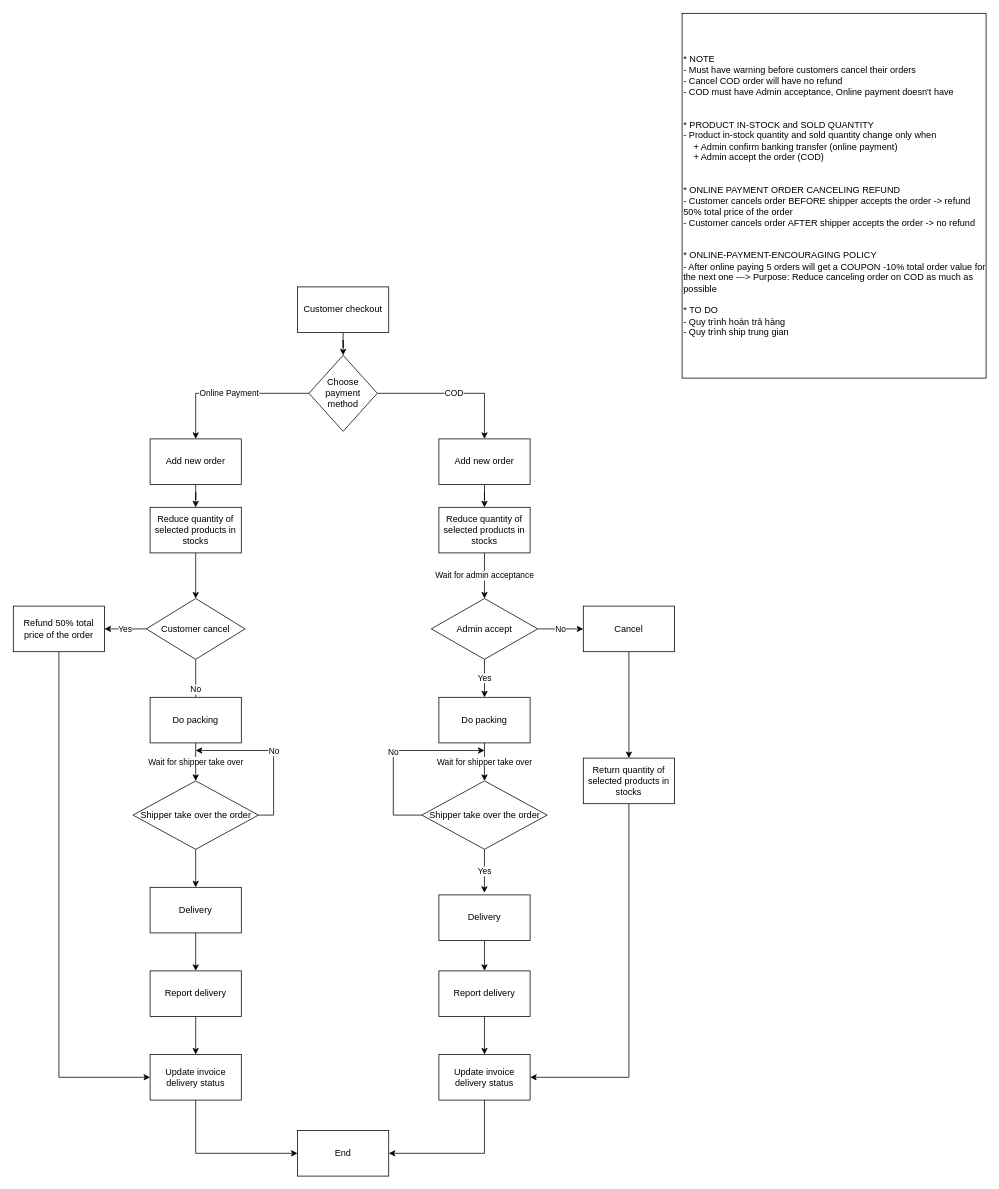
Earlier version of the draw.io diagram others/FOOLISH_PAYMENT_PROCEDURE_FLOWCHART.drawio (NguyenHoangSang236/FoolishStoreProject). Source tidied: cells renumbered, new cells numbered last; positions are measured from the earlier drawing's top-left corner, leaving out a move shared by most shapes. Both pictures are drawn from the tidied source at 76%, with x=0, y=0 at pixel (13, 13).
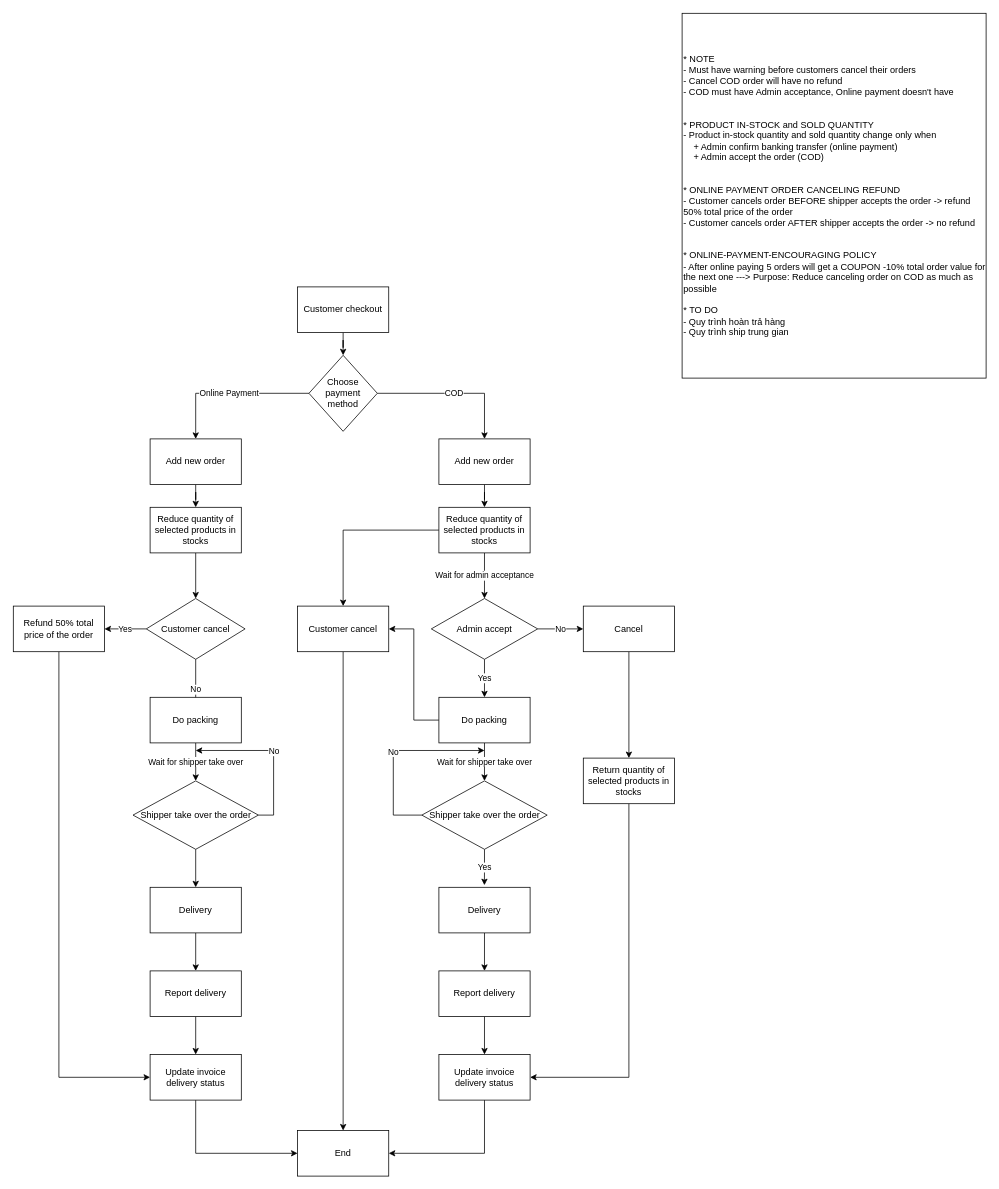
The same page after the edit.

Unchanged cells that the change refers to:
```xml
<mxCell id="16" value="Do packing" style="rounded=0;whiteSpace=wrap;html=1;" parent="1" vertex="1">
  <mxGeometry x="560" y="900" width="120" height="60" as="geometry" />
</mxCell>
<mxCell id="19" value="Reduce quantity of selected products in stocks" style="rounded=0;whiteSpace=wrap;html=1;" parent="1" vertex="1">
  <mxGeometry x="560" y="650" width="120" height="60" as="geometry" />
</mxCell>
<mxCell id="26" value="End" style="rounded=0;whiteSpace=wrap;html=1;" parent="1" vertex="1">
  <mxGeometry x="374" y="1470" width="120" height="60" as="geometry" />
</mxCell>
```

Diff of the diagram source:
```diff
@@
+    <mxCell id="51" style="edgeStyle=orthogonalEdgeStyle;rounded=0;jettySize=auto;html=1;entryX=1;entryY=0.5;entryDx=0;entryDy=0;" parent="1" edge="1" source="16" target="54">
+      <mxGeometry relative="1" as="geometry" />
+    </mxCell>
@@
+    <mxCell id="52" style="edgeStyle=orthogonalEdgeStyle;rounded=0;jettySize=auto;html=1;entryX=0.5;entryY=0;entryDx=0;entryDy=0;" parent="1" edge="1" source="19" target="54">
+      <mxGeometry relative="1" as="geometry" />
+    </mxCell>
@@
     <mxCell id="30" value="Delivery" style="rounded=0;whiteSpace=wrap;html=1;" parent="1" vertex="1">
-      <mxGeometry x="560" y="1160" width="120" height="60" as="geometry" />
+      <mxGeometry x="560" y="1150" width="120" height="60" as="geometry" />
     </mxCell>
@@
+    <mxCell id="53" style="edgeStyle=orthogonalEdgeStyle;rounded=0;jettySize=auto;html=1;entryX=0.5;entryY=0;entryDx=0;entryDy=0;" parent="1" edge="1" source="54" target="26">
+      <mxGeometry relative="1" as="geometry" />
+    </mxCell>
+    <mxCell id="54" value="Customer cancel" style="rounded=0;whiteSpace=wrap;html=1;" parent="1" vertex="1">
+      <mxGeometry x="374" y="780" width="120" height="60" as="geometry" />
+    </mxCell>
```
